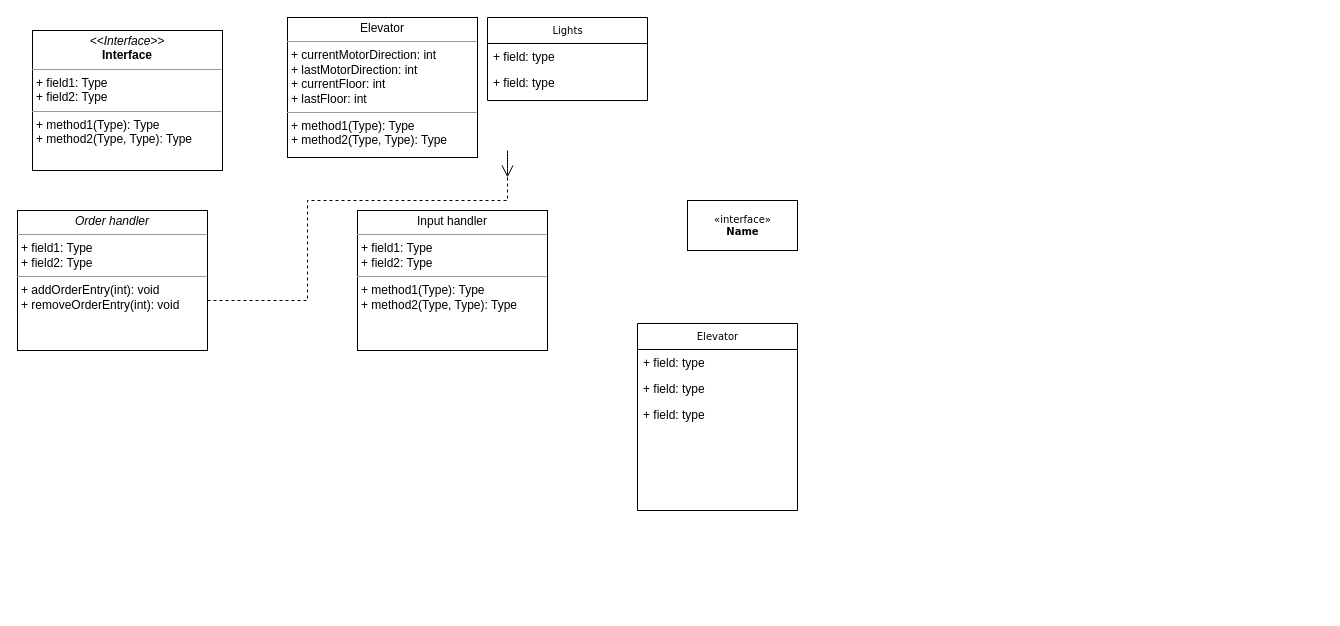
SondreMyhre/Heislab keeps this draw.io diagram as UML/klassediagram.drawio. Above is the earlier version. Source tidied: cells renumbered, new cells numbered last; positions are measured from the earlier drawing's top-left corner, leaving out a move shared by most shapes. Both pictures are drawn from the tidied source at 100%, with x=0, y=0 at pixel (17, 17).
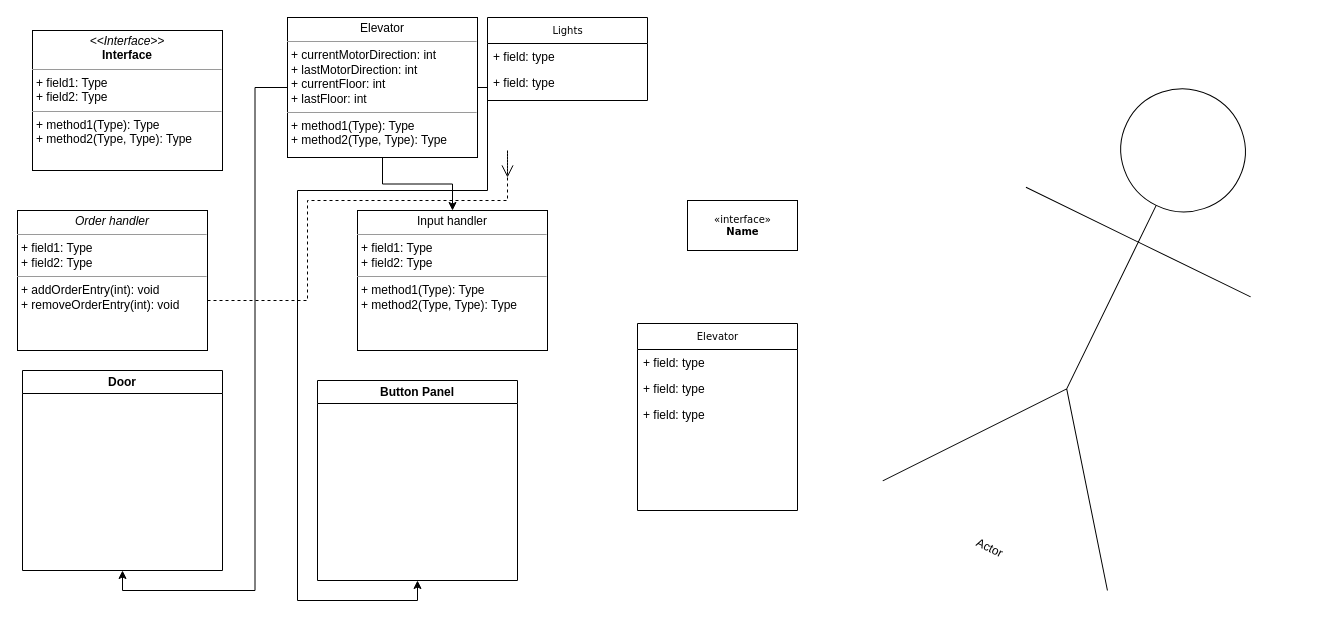
Above is the later version.

The change refers to these unchanged cells:
```xml
<mxCell id="12" value="&lt;p style=&quot;margin:0px;margin-top:4px;text-align:center;&quot;&gt;Elevator&lt;/p&gt;&lt;hr size=&quot;1&quot;&gt;&lt;p style=&quot;margin:0px;margin-left:4px;&quot;&gt;+ currentMotorDirection: int&lt;br&gt;+ lastMotorDirection: int&lt;/p&gt;&lt;p style=&quot;margin:0px;margin-left:4px;&quot;&gt;+ currentFloor: int&lt;/p&gt;&lt;p style=&quot;margin:0px;margin-left:4px;&quot;&gt;+ lastFloor: int&lt;/p&gt;&lt;hr size=&quot;1&quot;&gt;&lt;p style=&quot;margin:0px;margin-left:4px;&quot;&gt;+ method1(Type): Type&lt;br&gt;+ method2(Type, Type): Type&lt;/p&gt;" style="verticalAlign=top;align=left;overflow=fill;fontSize=12;fontFamily=Helvetica;html=1;rounded=0;shadow=0;comic=0;labelBackgroundColor=none;strokeWidth=1;" parent="1" vertex="1">
  <mxGeometry x="270" width="190" height="140" as="geometry" />
</mxCell>
<mxCell id="14" value="&lt;p style=&quot;margin:0px;margin-top:4px;text-align:center;&quot;&gt;Input handler&lt;/p&gt;&lt;hr size=&quot;1&quot;&gt;&lt;p style=&quot;margin:0px;margin-left:4px;&quot;&gt;+ field1: Type&lt;br&gt;+ field2: Type&lt;/p&gt;&lt;hr size=&quot;1&quot;&gt;&lt;p style=&quot;margin:0px;margin-left:4px;&quot;&gt;+ method1(Type): Type&lt;br&gt;+ method2(Type, Type): Type&lt;/p&gt;" style="verticalAlign=top;align=left;overflow=fill;fontSize=12;fontFamily=Helvetica;html=1;rounded=0;shadow=0;comic=0;labelBackgroundColor=none;strokeWidth=1;" parent="1" vertex="1">
  <mxGeometry x="340" y="193" width="190" height="140" as="geometry" />
</mxCell>
```

Diff of the diagram source:
```diff
@@
+    <mxCell id="15" style="edgeStyle=orthogonalEdgeStyle;rounded=0;jettySize=auto;html=1;" parent="1" edge="1" source="12" target="14">
+      <mxGeometry relative="1" as="geometry" />
+    </mxCell>
+    <mxCell id="16" style="edgeStyle=orthogonalEdgeStyle;rounded=0;jettySize=auto;html=1;entryX=0.5;entryY=1;entryDx=0;entryDy=0;" parent="1" edge="1" source="12" target="18">
+      <mxGeometry relative="1" as="geometry" />
+    </mxCell>
+    <mxCell id="17" style="edgeStyle=orthogonalEdgeStyle;rounded=0;jettySize=auto;html=1;exitX=1;exitY=0.5;exitDx=0;exitDy=0;entryX=0.5;entryY=1;entryDx=0;entryDy=0;" parent="1" edge="1" source="12" target="19">
+      <mxGeometry relative="1" as="geometry">
+        <Array as="points">
+          <mxPoint x="470" y="70" />
+          <mxPoint x="470" y="173" />
+          <mxPoint x="280" y="173" />
+          <mxPoint x="280" y="583" />
+          <mxPoint x="400" y="583" />
+        </Array>
+      </mxGeometry>
+    </mxCell>
@@
+    <mxCell id="18" value="Door" style="swimlane;whiteSpace=wrap;html=1;" parent="1" vertex="1">
+      <mxGeometry x="5" y="353" width="200" height="200" as="geometry" />
+    </mxCell>
+    <mxCell id="19" value="Button Panel" style="swimlane;whiteSpace=wrap;html=1;" parent="1" vertex="1">
+      <mxGeometry x="300" y="363" width="200" height="200" as="geometry" />
+    </mxCell>
+    <mxCell id="20" value="Actor" style="shape=umlActor;verticalLabelPosition=bottom;verticalAlign=top;html=1;rotation=26;" parent="1" vertex="1">
+      <mxGeometry x="960" y="53" width="250" height="490" as="geometry" />
+    </mxCell>
```
